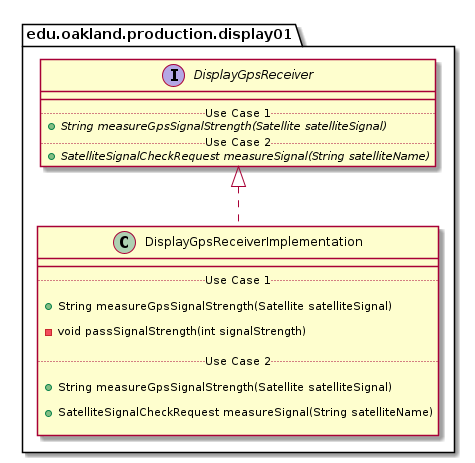
The PlantUML diagram docs/uml-class-diagrams/display01/production/DisplayGpsReceiverImplementation/DisplayGpsReceiverImplementation_Closure.png in andrewdimmer/csi-3370-software-project, before a commit.
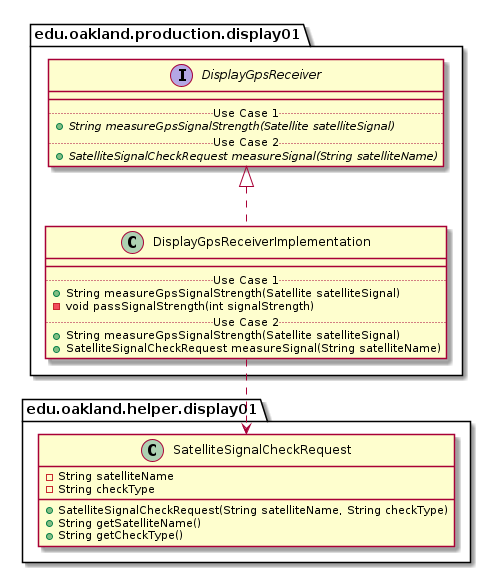
The same diagram one commit later.

The edit, as a diff of the source:
```diff
@@ -5,17 +5,11 @@
     class DisplayGpsReceiverImplementation {
         __
         .. Use Case 1 ..
-
         + String measureGpsSignalStrength(Satellite satelliteSignal)
-
         - void passSignalStrength(int signalStrength)
-
         .. Use Case 2 ..
-
         + String measureGpsSignalStrength(Satellite satelliteSignal)
-
         + SatelliteSignalCheckRequest measureSignal(String satelliteName)
-
     }
 }
 
@@ -41,6 +35,23 @@
 
 
 
+package edu.oakland.helper.display01 {
+    class SatelliteSignalCheckRequest {
+        - String satelliteName
+        - String checkType
+        + SatelliteSignalCheckRequest(String satelliteName, String checkType)
+        + String getSatelliteName()
+        + String getCheckType()
+    }
+}
+
+
+
+
+
+
+DisplayGpsReceiverImplementation ..> SatelliteSignalCheckRequest
+
 
 
 @enduml
```
